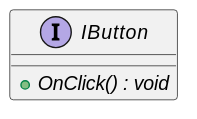
Above: UML/Service/Interfaces/IButton.svg in mysteryfungus/DungeonGeneratorUnity (PlantUML), before the change.
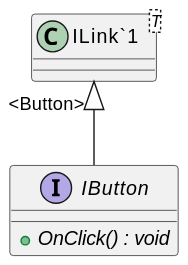
Above is the later version.

Change to the diagram source:
```diff
@@ -2,4 +2,7 @@
 interface IButton {
     + {abstract} OnClick() : void
 }
+class "ILink`1"<T> {
+}
+"ILink`1" "<Button>" <|-- IButton
 @enduml
```
